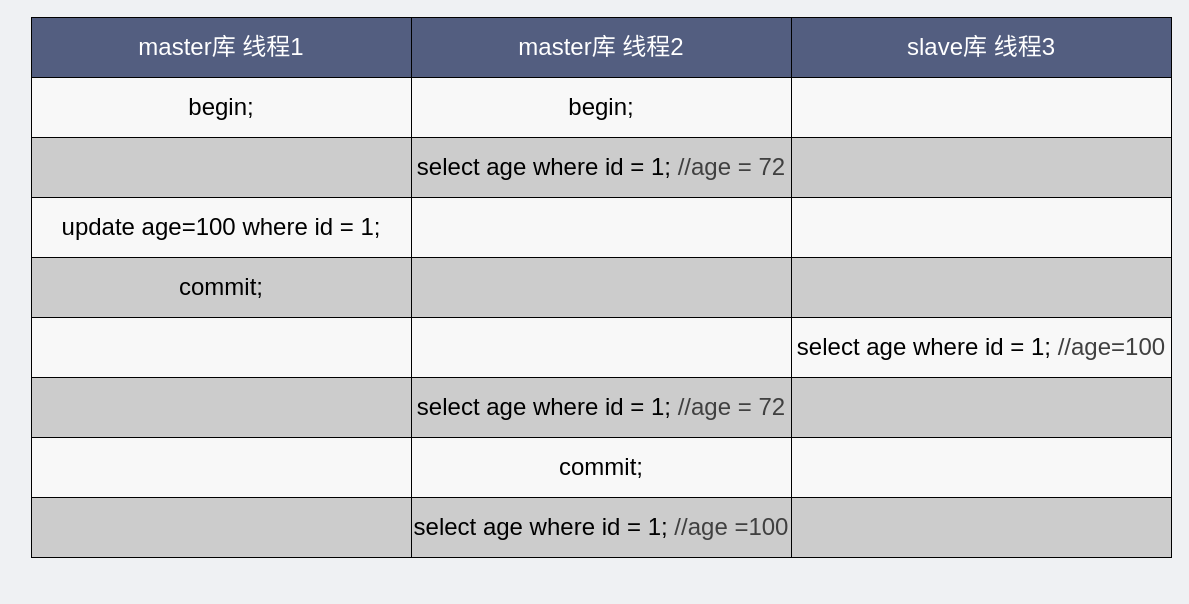
Earlier version of the draw.io diagram network/从库读到最新值主库却读到旧值.drawio (xiaobaiTech/image). Source tidied: cells renumbered, new cells numbered last; positions are measured from the earlier drawing's top-left corner, leaving out a move shared by most shapes. Both pictures are drawn from the tidied source at 100%, with x=0, y=0 at pixel (31, 17).
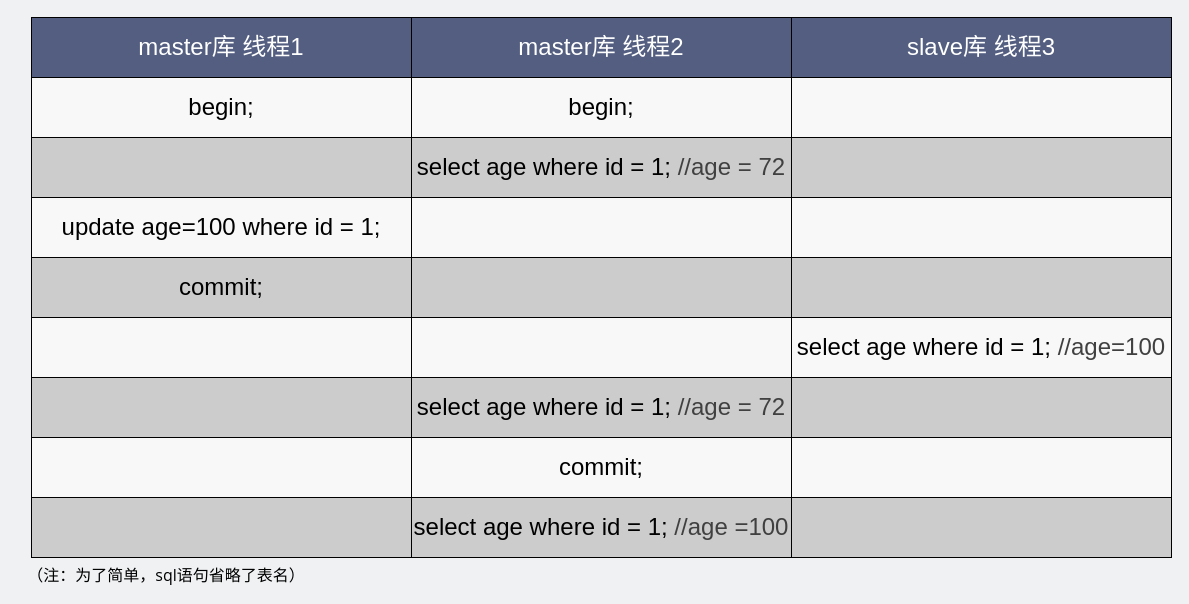
After the change.

Commit message:
Update 从库读到最新值主库却读到旧值.drawio

Diff of the diagram source:
```diff
@@
+    <mxCell id="29" value="&lt;span style=&quot;font-family: &amp;#34;open sans&amp;#34; , &amp;#34;clear sans&amp;#34; , &amp;#34;helvetica neue&amp;#34; , &amp;#34;helvetica&amp;#34; , &amp;#34;arial&amp;#34; , &amp;#34;segoe ui emoji&amp;#34; , sans-serif ; font-size: 16px&quot;&gt;&lt;font color=&quot;#000000&quot;&gt;（注：为了简单，sql语句省略了表名）&lt;/font&gt;&lt;/span&gt;" style="text;html=1;strokeColor=none;fillColor=none;align=center;verticalAlign=middle;whiteSpace=wrap;rounded=0;fontColor=#404040;" parent="1" vertex="1">
+      <mxGeometry x="-14" y="546" width="298" height="23" as="geometry" />
+    </mxCell>
```
